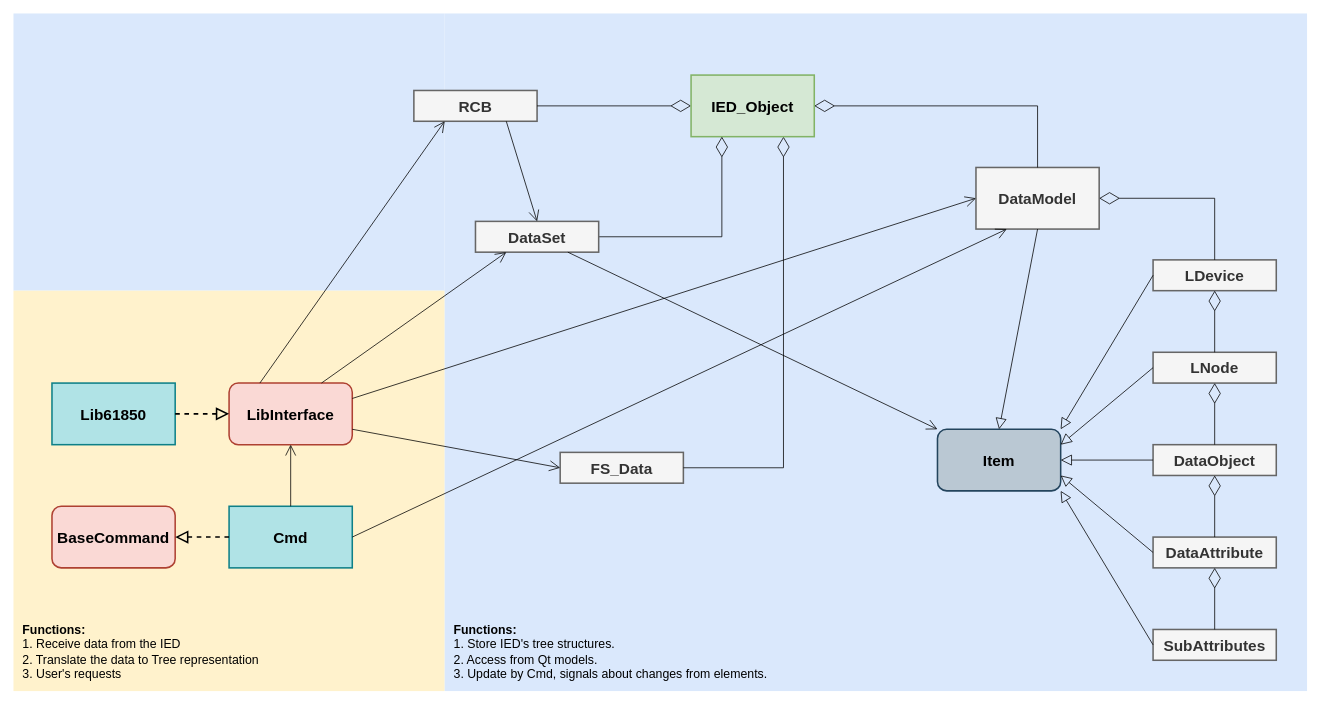
Before: page "OOD" (11 of 13) of docs/Architecture.drawio in Rustam12345m/IEDClient, a draw.io diagram. Source tidied: cells renumbered, new cells numbered last; positions are measured from the earlier drawing's top-left corner, leaving out a move shared by most shapes. Both pictures are drawn from the tidied source at 77%, with x=0, y=0 at pixel (13, 13).
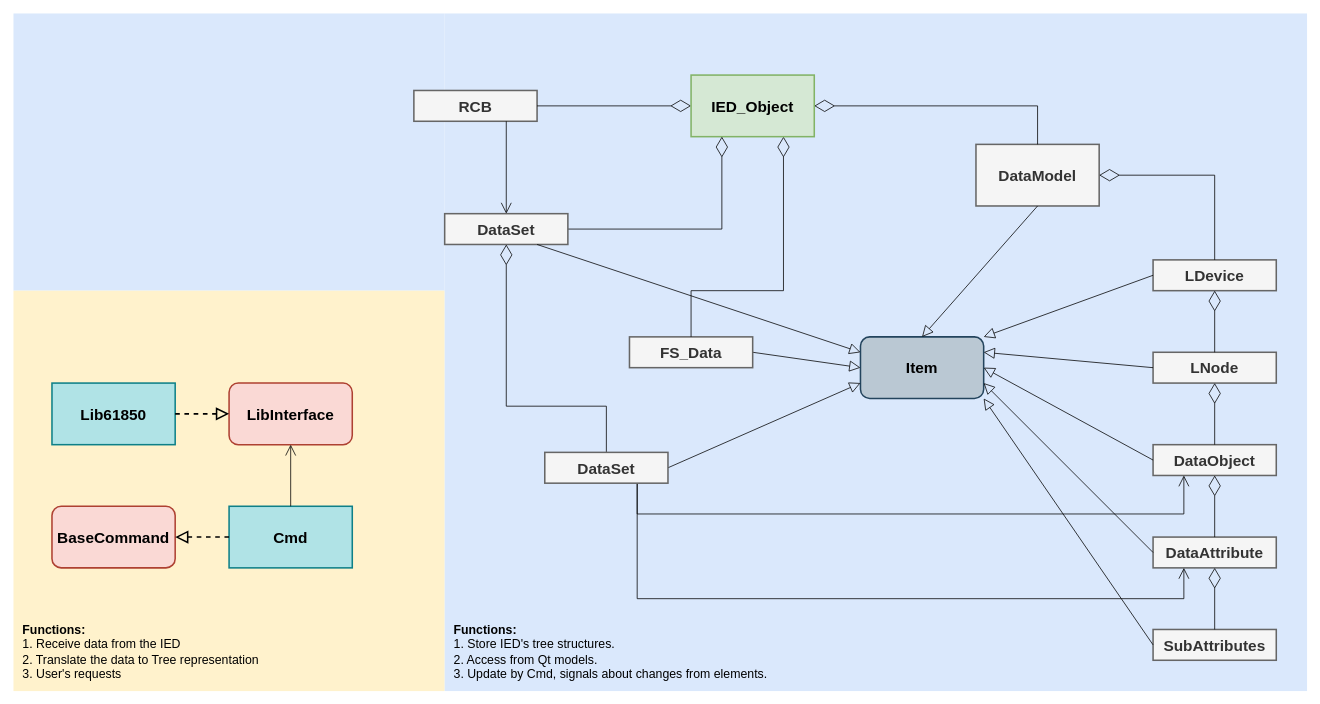
The same page after the edit.

The change refers to these unchanged cells:
```xml
<mxCell id="9" value="DataObject" style="rounded=0;whiteSpace=wrap;html=1;fontSize=20;fontStyle=1;strokeWidth=2;fillColor=#f5f5f5;fontColor=#333333;strokeColor=#666666;" parent="1" vertex="1">
  <mxGeometry x="1480" y="560" width="160" height="40" as="geometry" />
</mxCell>
<mxCell id="10" value="DataAttribute" style="rounded=0;whiteSpace=wrap;html=1;fontSize=20;fontStyle=1;strokeWidth=2;fillColor=#f5f5f5;fontColor=#333333;strokeColor=#666666;" parent="1" vertex="1">
  <mxGeometry x="1480" y="680" width="160" height="40" as="geometry" />
</mxCell>
<mxCell id="13" value="RCB" style="rounded=0;whiteSpace=wrap;html=1;fontSize=20;fontStyle=1;strokeWidth=2;fillColor=#f5f5f5;fontColor=#333333;strokeColor=#666666;" parent="1" vertex="1">
  <mxGeometry x="520" y="100" width="160" height="40" as="geometry" />
</mxCell>
<mxCell id="28" value="LibInterface" style="rounded=1;whiteSpace=wrap;html=1;fontSize=20;fontStyle=1;strokeWidth=2;fillColor=#fad9d5;strokeColor=#ae4132;" parent="1" vertex="1">
  <mxGeometry x="280" y="480" width="160" height="80" as="geometry" />
</mxCell>
<mxCell id="33" value="Cmd" style="rounded=0;whiteSpace=wrap;html=1;strokeWidth=2;fontStyle=1;fontSize=20;fillColor=#b0e3e6;strokeColor=#0e8088;" parent="1" vertex="1">
  <mxGeometry x="280" y="640" width="160" height="80" as="geometry" />
</mxCell>
<mxCell id="37" value="IED_Object" style="rounded=0;whiteSpace=wrap;html=1;fontSize=20;fontStyle=1;strokeWidth=2;fillColor=#d5e8d4;strokeColor=#82b366;" parent="1" vertex="1">
  <mxGeometry x="880" y="80" width="160" height="80" as="geometry" />
</mxCell>
```

Change to the diagram source:
```diff
@@
     <mxCell id="6" value="DataModel" style="rounded=0;whiteSpace=wrap;html=1;fontSize=20;fontStyle=1;strokeWidth=2;fillColor=#f5f5f5;fontColor=#333333;strokeColor=#666666;" parent="1" vertex="1">
-      <mxGeometry x="1250" y="200" width="160" height="80" as="geometry" />
+      <mxGeometry x="1250" y="170" width="160" height="80" as="geometry" />
     </mxCell>
@@
+    <mxCell id="46" style="rounded=0;jettySize=auto;html=1;exitX=1;exitY=0.5;exitDx=0;exitDy=0;entryX=0;entryY=0.5;entryDx=0;entryDy=0;endArrow=block;endFill=0;endSize=12;" parent="1" edge="1" source="12" target="14">
+      <mxGeometry relative="1" as="geometry" />
+    </mxCell>
     <mxCell id="12" value="FS_Data" style="rounded=0;whiteSpace=wrap;html=1;fontSize=20;fontStyle=1;strokeWidth=2;fillColor=#f5f5f5;fontColor=#333333;strokeColor=#666666;" parent="1" vertex="1">
-      <mxGeometry x="710" y="570" width="160" height="40" as="geometry" />
+      <mxGeometry x="800" y="420" width="160" height="40" as="geometry" />
     </mxCell>
@@
     <mxCell id="14" value="Item" style="rounded=1;whiteSpace=wrap;html=1;fontSize=20;fontStyle=1;strokeWidth=2;glass=0;shadow=0;fillColor=#bac8d3;strokeColor=#23445d;" parent="1" vertex="1">
-      <mxGeometry x="1200" y="540" width="160" height="80" as="geometry" />
+      <mxGeometry x="1100" y="420" width="160" height="80" as="geometry" />
     </mxCell>
@@
-    <mxCell id="27" style="endArrow=diamondThin;endFill=0;endSize=24;html=1;rounded=0;entryX=0.75;entryY=1;entryDx=0;entryDy=0;exitX=1;exitY=0.5;exitDx=0;exitDy=0;edgeStyle=orthogonalEdgeStyle;" parent="1" edge="1" source="12" target="37">
+    <mxCell id="27" style="endArrow=diamondThin;endFill=0;endSize=24;html=1;rounded=0;entryX=0.75;entryY=1;entryDx=0;entryDy=0;exitX=0.5;exitY=0;exitDx=0;exitDy=0;edgeStyle=orthogonalEdgeStyle;" parent="1" edge="1" source="12" target="37">
       <mxGeometry relative="1" as="geometry">
         <Array as="points">
-          <mxPoint x="1000" y="590" />
+          <mxPoint x="880" y="360" />
+          <mxPoint x="1000" y="360" />
         </Array>
       </mxGeometry>
     </mxCell>
@@
-    <mxCell id="31" style="endArrow=open;endFill=1;endSize=12;html=1;rounded=0;exitX=1;exitY=0.25;exitDx=0;exitDy=0;entryX=0;entryY=0.5;entryDx=0;entryDy=0;strokeWidth=1;" parent="1" edge="1" source="28" target="6">
-      <mxGeometry relative="1" as="geometry" />
-    </mxCell>
@@
-    <mxCell id="36" style="endArrow=open;endFill=1;endSize=12;html=1;rounded=0;exitX=1;exitY=0.5;exitDx=0;exitDy=0;entryX=0.25;entryY=1;entryDx=0;entryDy=0;" parent="1" edge="1" source="33" target="6">
-      <mxGeometry relative="1" as="geometry" />
-    </mxCell>
@@
     <mxCell id="40" value="DataSet" style="rounded=0;whiteSpace=wrap;html=1;fontSize=20;fontStyle=1;strokeWidth=2;fillColor=#f5f5f5;fontColor=#333333;strokeColor=#666666;" parent="1" vertex="1">
-      <mxGeometry x="600" y="270" width="160" height="40" as="geometry" />
+      <mxGeometry x="560" y="260" width="160" height="40" as="geometry" />
     </mxCell>
-    <mxCell id="41" style="endArrow=open;endFill=1;endSize=12;html=1;rounded=0;entryX=0;entryY=0.5;entryDx=0;entryDy=0;exitX=1;exitY=0.75;exitDx=0;exitDy=0;" parent="1" edge="1" source="28" target="12">
-      <mxGeometry relative="1" as="geometry" />
-    </mxCell>
-    <mxCell id="42" style="endArrow=open;endFill=1;endSize=12;html=1;rounded=0;exitX=0.75;exitY=0;exitDx=0;exitDy=0;entryX=0.25;entryY=1;entryDx=0;entryDy=0;" parent="1" edge="1" source="28" target="40">
-      <mxGeometry relative="1" as="geometry" />
-    </mxCell>
-    <mxCell id="43" style="endArrow=open;endFill=1;endSize=12;html=1;rounded=0;exitX=0.25;exitY=0;exitDx=0;exitDy=0;entryX=0.25;entryY=1;entryDx=0;entryDy=0;" parent="1" edge="1" source="28" target="13">
-      <mxGeometry relative="1" as="geometry" />
-    </mxCell>
-    <mxCell id="44" style="endArrow=open;endFill=1;endSize=12;html=1;rounded=0;exitX=0.75;exitY=1;exitDx=0;exitDy=0;entryX=0;entryY=0;entryDx=0;entryDy=0;" parent="1" edge="1" source="40" target="14">
+    <mxCell id="44" style="endArrow=block;endFill=0;endSize=12;html=1;rounded=0;exitX=0.75;exitY=1;exitDx=0;exitDy=0;entryX=0;entryY=0.25;entryDx=0;entryDy=0;" parent="1" edge="1" source="40" target="14">
       <mxGeometry relative="1" as="geometry" />
     </mxCell>
@@
+    <mxCell id="47" style="rounded=0;jettySize=auto;html=1;exitX=1;exitY=0.5;exitDx=0;exitDy=0;entryX=0;entryY=0.75;entryDx=0;entryDy=0;endArrow=block;endFill=0;endSize=12;" parent="1" edge="1" source="51" target="14">
+      <mxGeometry relative="1" as="geometry" />
+    </mxCell>
+    <mxCell id="48" style="edgeStyle=orthogonalEdgeStyle;rounded=0;jettySize=auto;html=1;exitX=0.5;exitY=0;exitDx=0;exitDy=0;entryX=0.5;entryY=1;entryDx=0;entryDy=0;endArrow=diamondThin;endFill=0;endSize=24;" parent="1" edge="1" source="51" target="40">
+      <mxGeometry relative="1" as="geometry">
+        <Array as="points">
+          <mxPoint x="770" y="510" />
+          <mxPoint x="640" y="510" />
+        </Array>
+      </mxGeometry>
+    </mxCell>
+    <mxCell id="49" style="edgeStyle=orthogonalEdgeStyle;rounded=0;jettySize=auto;html=1;exitX=0.75;exitY=1;exitDx=0;exitDy=0;entryX=0.25;entryY=1;entryDx=0;entryDy=0;endArrow=open;endFill=0;endSize=12;" parent="1" edge="1" source="51" target="9">
+      <mxGeometry relative="1" as="geometry">
+        <Array as="points">
+          <mxPoint x="810" y="650" />
+          <mxPoint x="1520" y="650" />
+        </Array>
+      </mxGeometry>
+    </mxCell>
+    <mxCell id="50" style="edgeStyle=orthogonalEdgeStyle;rounded=0;jettySize=auto;html=1;exitX=0.75;exitY=1;exitDx=0;exitDy=0;entryX=0.25;entryY=1;entryDx=0;entryDy=0;endArrow=open;endFill=0;endSize=12;" parent="1" edge="1" source="51" target="10">
+      <mxGeometry relative="1" as="geometry">
+        <Array as="points">
+          <mxPoint x="810" y="760" />
+          <mxPoint x="1520" y="760" />
+        </Array>
+      </mxGeometry>
+    </mxCell>
+    <mxCell id="51" value="DataSet" style="rounded=0;whiteSpace=wrap;html=1;fontSize=20;fontStyle=1;strokeWidth=2;fillColor=#f5f5f5;fontColor=#333333;strokeColor=#666666;" parent="1" vertex="1">
+      <mxGeometry x="690" y="570" width="160" height="40" as="geometry" />
+    </mxCell>
```
